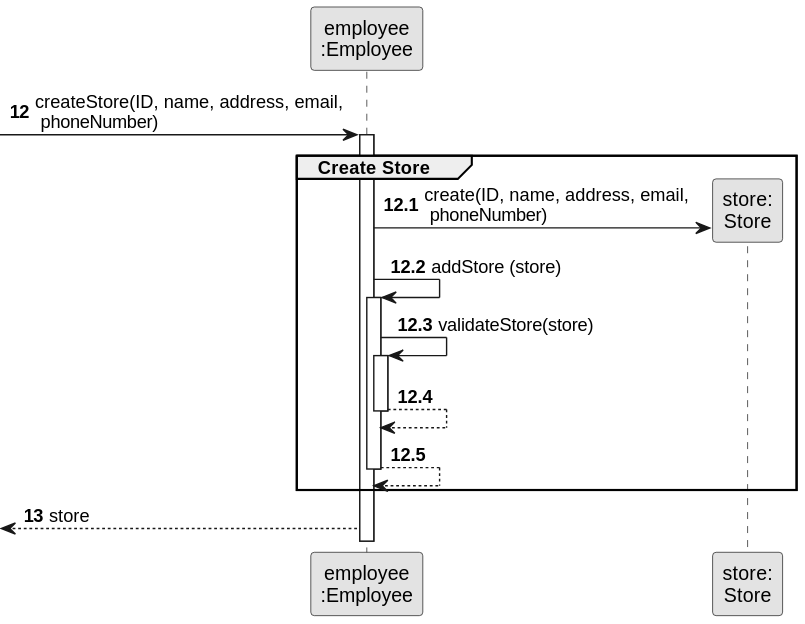
Earlier version of the PlantUML export docs/sprintD/us005/03.design/svg/us005-sequence-diagram-partial-create-store.svg (Shushizinho/RealEstateUSASystem).
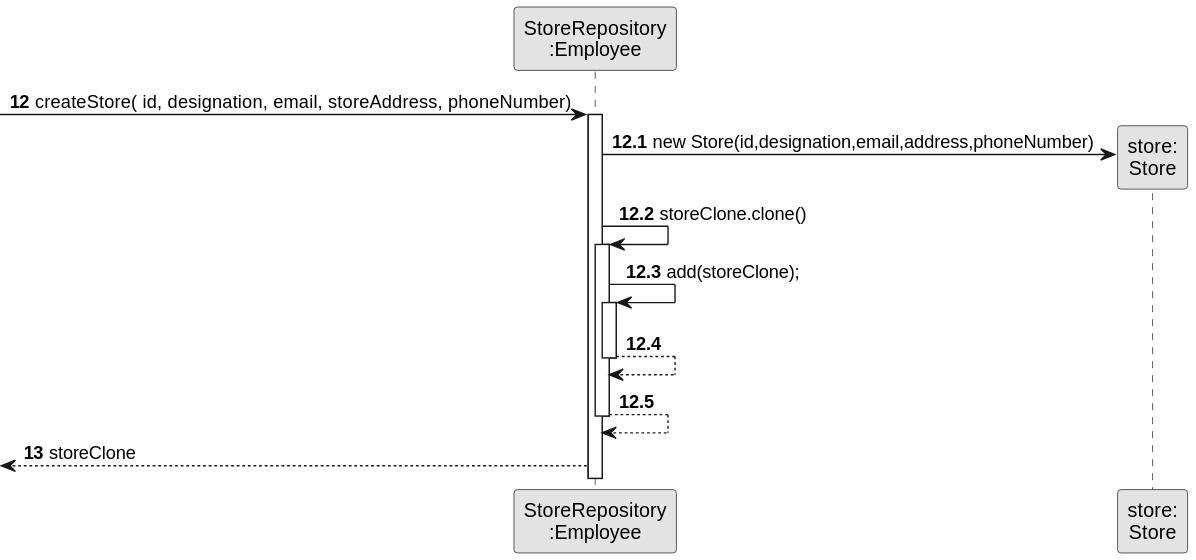
Later version of the same file.

Commit message:
update US5 UI, Rep and SD (As a system administrator, I want to register a store.)

Change to the diagram source:
```diff
@@ -6,27 +6,27 @@
 
 autonumber 12
 
-participant "employee\n:Employee" as REP
+participant "StoreRepository\n:Employee" as REP
 participant "store:\nStore" as Str
-        -> REP: createStore(ID, name, address, email,\n phoneNumber)
+        -> REP: createStore( id,  designation,  email, storeAddress, phoneNumber)
                     activate REP
-                    group Create Store
+
                     autonumber 12.1
 
-                       REP -> Str** : create(ID, name, address, email,\n phoneNumber)
+                       REP -> Str** : new Store(id,designation,email,address,phoneNumber)
 
-                       REP -> REP: addStore (store)
+                        REP -> REP: storeClone.clone()
 
 
                        activate REP
-                           REP -> REP: validateStore(store)
+                           REP -> REP: add(storeClone);
                            activate REP
                                REP --> REP
                            deactivate REP
 
                            REP --> REP
                        deactivate REP
-                    end group
+
                     autonumber 13
-                    <-- REP: store
+                    <-- REP: storeClone
 @enduml
```
